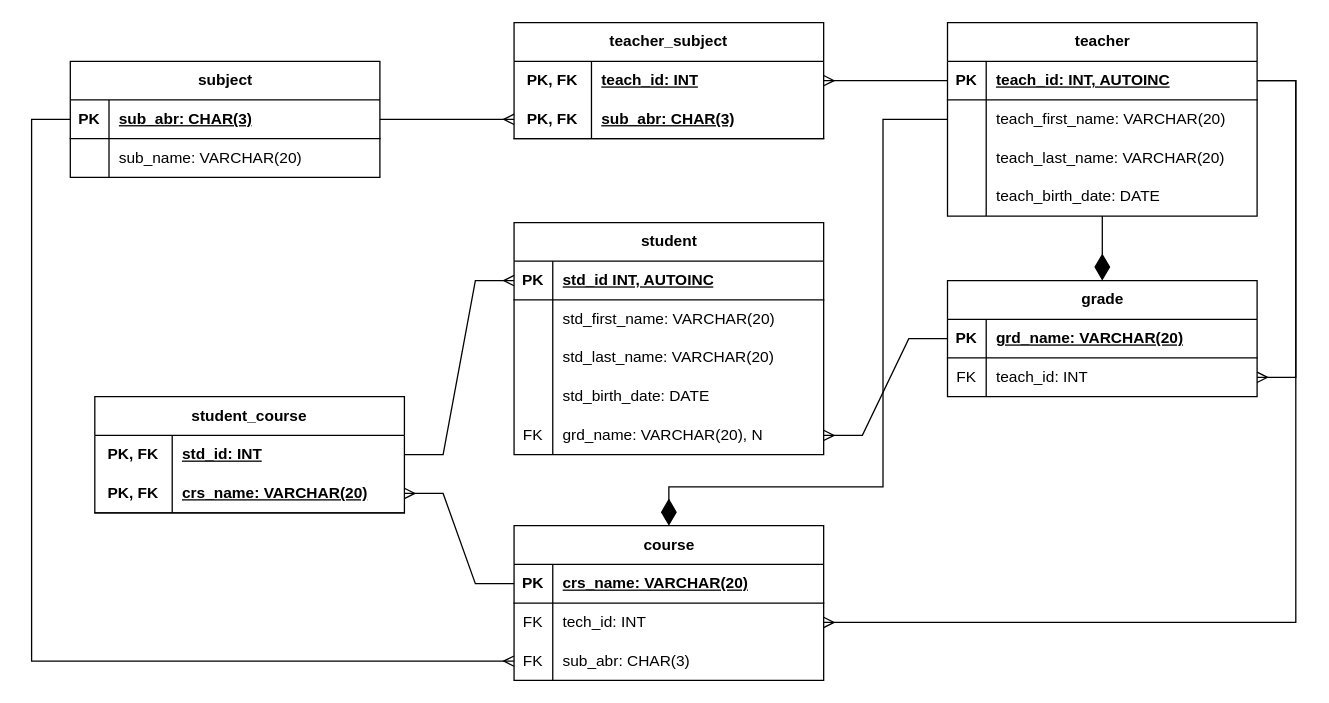
elma1989/teach keeps this draw.io diagram as page "Page-1" (1 of 2) of drafts/rel.drawio. Above is the earlier version. Source tidied: cells renumbered, new cells numbered last; positions are measured from the earlier drawing's top-left corner, leaving out a move shared by most shapes. Both pictures are drawn from the tidied source at 129%, with x=0, y=0 at pixel (31, 22).
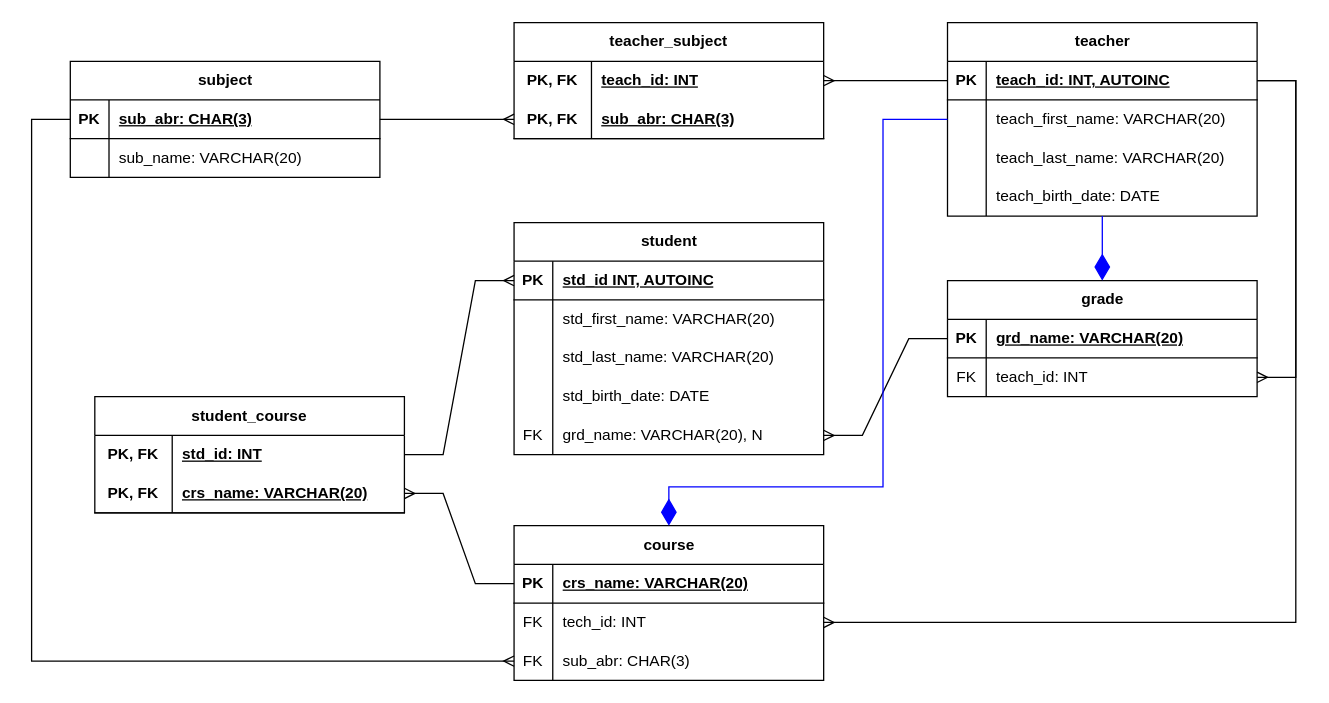
The same diagram, later.

Unchanged cells that the change refers to:
```xml
<mxCell id="9" value="teacher" style="shape=table;startSize=30;childLayout=tableLayout;rowLines=0;fontStyle=1;align=center;html=1;" parent="1" vertex="1">
  <mxGeometry x="710" width="240" height="150" as="geometry" />
</mxCell>
<mxCell id="31" value="grade" style="shape=table;startSize=30;childLayout=tableLayout;rowLines=0;fontStyle=1;align=center;html=1;" parent="1" vertex="1">
  <mxGeometry x="710" y="200" width="240" height="90" as="geometry" />
</mxCell>
<mxCell id="57" value="course" style="shape=table;startSize=30;childLayout=tableLayout;rowLines=0;fontStyle=1;align=center;html=1;" parent="1" vertex="1">
  <mxGeometry x="374" y="390" width="240" height="120" as="geometry" />
</mxCell>
```

Diff of the diagram source:
```diff
@@
-    <mxCell id="39" style="edgeStyle=orthogonalEdgeStyle;fontSize=12;html=1;endArrow=diamondThin;rounded=0;endFill=1;endSize=18;startSize=6;jumpSize=6;targetPerimeterSpacing=0;strokeColor=light-dark(#000000,#0000FF);" parent="1" edge="1" source="9" target="31">
+    <mxCell id="39" style="edgeStyle=orthogonalEdgeStyle;fontSize=12;html=1;endArrow=diamondThin;rounded=0;endFill=1;endSize=18;startSize=6;jumpSize=6;targetPerimeterSpacing=0;strokeColor=light-dark(#0000FF,#0000FF);" parent="1" edge="1" source="9" target="31">
       <mxGeometry relative="1" as="geometry" />
     </mxCell>
@@
-    <mxCell id="78" style="edgeStyle=orthogonalEdgeStyle;fontSize=12;html=1;endArrow=diamondThin;rounded=0;endFill=1;endSize=18;startSize=6;jumpSize=6;targetPerimeterSpacing=0;strokeColor=light-dark(#000000,#0000FF);" parent="1" edge="1" source="9" target="57">
+    <mxCell id="78" style="edgeStyle=orthogonalEdgeStyle;fontSize=12;html=1;endArrow=diamondThin;rounded=0;endFill=1;endSize=18;startSize=6;jumpSize=6;targetPerimeterSpacing=0;strokeColor=light-dark(#0000FF,#0000FF);" parent="1" edge="1" source="9" target="57">
       <mxGeometry relative="1" as="geometry">
         <Array as="points">
           <mxPoint x="660" y="75" />
           <mxPoint x="660" y="360" />
           <mxPoint x="494" y="360" />
         </Array>
       </mxGeometry>
     </mxCell>
```
